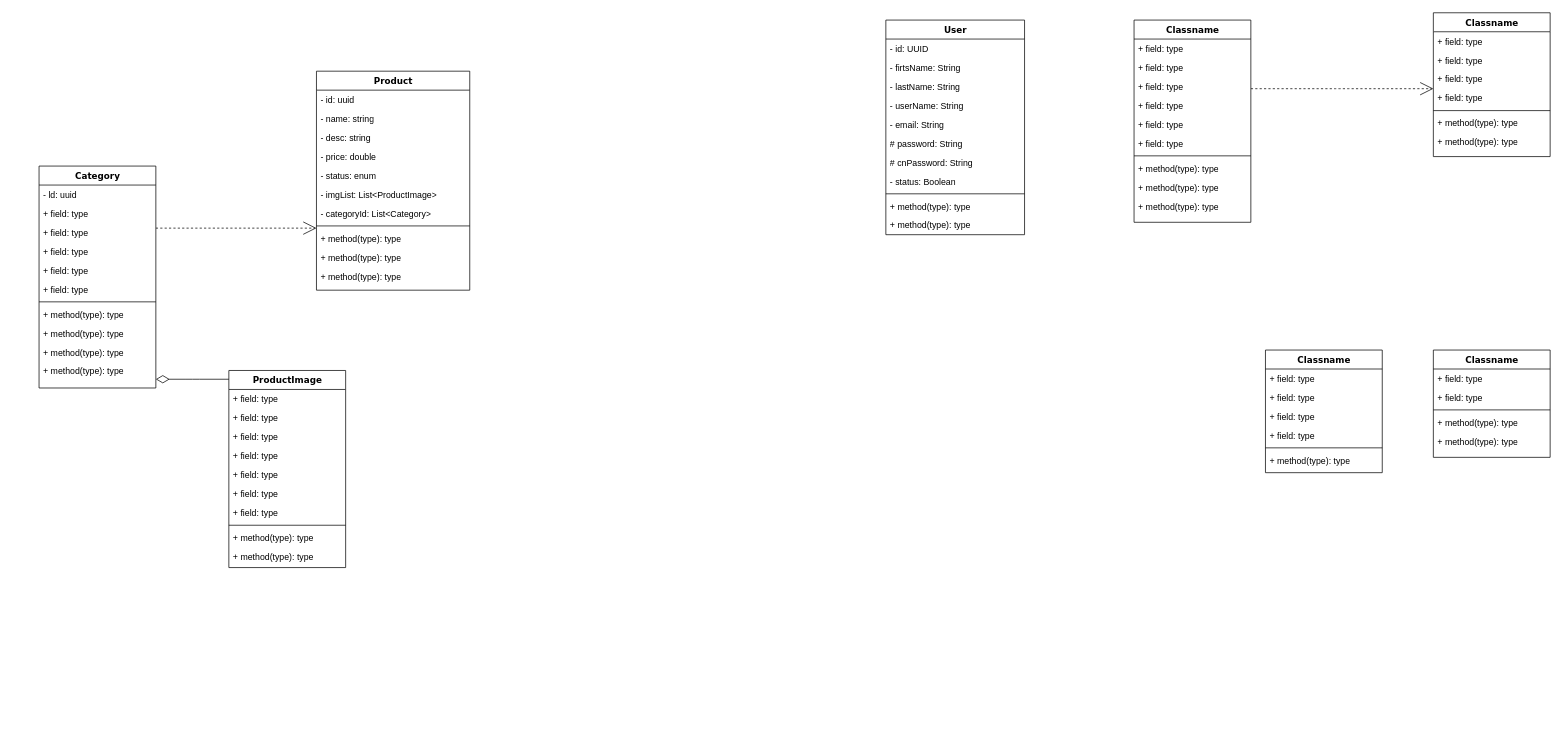
This is ecom.drawio from fardeenhsiddiqui/design-pattern, a draw.io file, before an edit. Source tidied: cells renumbered, new cells numbered last; positions are measured from the earlier drawing's top-left corner, leaving out a move shared by most shapes. Both pictures are drawn from the tidied source at 73%, with x=0, y=0 at pixel (39, 12).
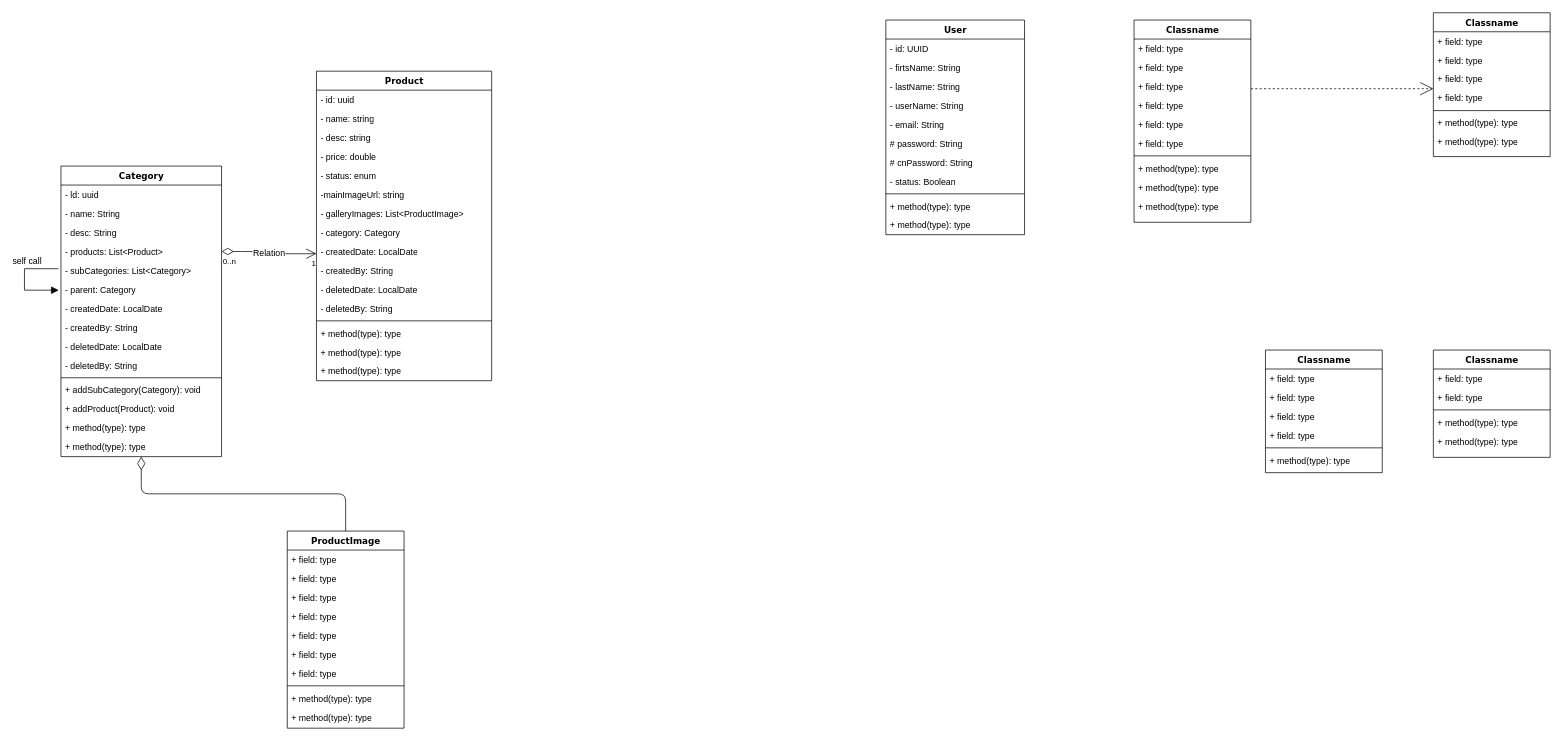
The same diagram, later.

Change to the diagram source:
```diff
@@
-    <mxCell id="34" style="edgeStyle=elbowEdgeStyle;html=1;labelBackgroundColor=none;startFill=0;startSize=8;endArrow=open;endFill=0;endSize=16;fontFamily=Verdana;fontSize=12;elbow=vertical;dashed=1;" parent="1" edge="1" source="48" target="35">
-      <mxGeometry relative="1" as="geometry" />
-    </mxCell>
     <mxCell id="35" value="Product" style="swimlane;html=1;fontStyle=1;align=center;verticalAlign=top;horizontal=1;startSize=26;swimlaneFillColor=#ffffff;rounded=0;shadow=0;comic=0;labelBackgroundColor=none;strokeWidth=1;fillColor=none;fontFamily=Verdana;fontSize=12;" parent="1" vertex="1">
-      <mxGeometry x="380" y="80" width="210" height="300" as="geometry" />
+      <mxGeometry x="380" y="80" width="240" height="424" as="geometry" />
     </mxCell>
     <mxCell id="36" value="- id: uuid" style="text;html=1;strokeColor=none;fillColor=none;align=left;verticalAlign=top;spacingLeft=4;spacingRight=4;whiteSpace=wrap;overflow=hidden;" parent="35" vertex="1">
-      <mxGeometry y="26" width="210" height="26" as="geometry" />
+      <mxGeometry y="26" width="240" height="26" as="geometry" />
     </mxCell>
     <mxCell id="37" value="- name: string" style="text;html=1;strokeColor=none;fillColor=none;align=left;verticalAlign=top;spacingLeft=4;spacingRight=4;whiteSpace=wrap;overflow=hidden;" parent="35" vertex="1">
-      <mxGeometry y="52" width="210" height="26" as="geometry" />
+      <mxGeometry y="52" width="240" height="26" as="geometry" />
     </mxCell>
     <mxCell id="38" value="- desc: string" style="text;html=1;strokeColor=none;fillColor=none;align=left;verticalAlign=top;spacingLeft=4;spacingRight=4;whiteSpace=wrap;overflow=hidden;" parent="35" vertex="1">
-      <mxGeometry y="78" width="210" height="26" as="geometry" />
+      <mxGeometry y="78" width="240" height="26" as="geometry" />
     </mxCell>
     <mxCell id="39" value="- price: double" style="text;html=1;strokeColor=none;fillColor=none;align=left;verticalAlign=top;spacingLeft=4;spacingRight=4;whiteSpace=wrap;overflow=hidden;" parent="35" vertex="1">
-      <mxGeometry y="104" width="210" height="26" as="geometry" />
+      <mxGeometry y="104" width="240" height="26" as="geometry" />
     </mxCell>
     <mxCell id="40" value="- status: enum" style="text;html=1;strokeColor=none;fillColor=none;align=left;verticalAlign=top;spacingLeft=4;spacingRight=4;whiteSpace=wrap;overflow=hidden;" parent="35" vertex="1">
-      <mxGeometry y="130" width="210" height="26" as="geometry" />
+      <mxGeometry y="130" width="240" height="26" as="geometry" />
     </mxCell>
+    <mxCell id="84" value="-mainImageUrl: string" style="text;html=1;strokeColor=none;fillColor=none;align=left;verticalAlign=top;spacingLeft=4;spacingRight=4;whiteSpace=wrap;overflow=hidden;" parent="35" vertex="1">
+      <mxGeometry y="156" width="240" height="26" as="geometry" />
+    </mxCell>
-    <mxCell id="41" value="- imgList: List&amp;lt;ProductImage&amp;gt;" style="text;html=1;strokeColor=none;fillColor=none;align=left;verticalAlign=top;spacingLeft=4;spacingRight=4;whiteSpace=wrap;overflow=hidden;" parent="35" vertex="1">
-      <mxGeometry y="156" width="210" height="26" as="geometry" />
+    <mxCell id="41" value="- galleryImages: List&amp;lt;ProductImage&amp;gt;" style="text;html=1;strokeColor=none;fillColor=none;align=left;verticalAlign=top;spacingLeft=4;spacingRight=4;whiteSpace=wrap;overflow=hidden;" parent="35" vertex="1">
+      <mxGeometry y="182" width="240" height="26" as="geometry" />
     </mxCell>
-    <mxCell id="42" value="- categoryId: List&amp;lt;Category&amp;gt;" style="text;html=1;strokeColor=none;fillColor=none;align=left;verticalAlign=top;spacingLeft=4;spacingRight=4;whiteSpace=wrap;overflow=hidden;" parent="35" vertex="1">
-      <mxGeometry y="182" width="210" height="26" as="geometry" />
+    <mxCell id="42" value="- category: Category" style="text;html=1;strokeColor=none;fillColor=none;align=left;verticalAlign=top;spacingLeft=4;spacingRight=4;whiteSpace=wrap;overflow=hidden;" parent="35" vertex="1">
+      <mxGeometry y="208" width="240" height="26" as="geometry" />
     </mxCell>
+    <mxCell id="85" value="- createdDate: LocalDate" style="text;html=1;strokeColor=none;fillColor=none;align=left;verticalAlign=top;spacingLeft=4;spacingRight=4;whiteSpace=wrap;overflow=hidden;" parent="35" vertex="1">
+      <mxGeometry y="234" width="240" height="26" as="geometry" />
+    </mxCell>
+    <mxCell id="86" value="- createdBy: String" style="text;html=1;strokeColor=none;fillColor=none;align=left;verticalAlign=top;spacingLeft=4;spacingRight=4;whiteSpace=wrap;overflow=hidden;" parent="35" vertex="1">
+      <mxGeometry y="260" width="240" height="26" as="geometry" />
+    </mxCell>
+    <mxCell id="87" value="- deletedDate: LocalDate" style="text;html=1;strokeColor=none;fillColor=none;align=left;verticalAlign=top;spacingLeft=4;spacingRight=4;whiteSpace=wrap;overflow=hidden;" parent="35" vertex="1">
+      <mxGeometry y="286" width="240" height="26" as="geometry" />
+    </mxCell>
+    <mxCell id="88" value="- deletedBy: String" style="text;html=1;strokeColor=none;fillColor=none;align=left;verticalAlign=top;spacingLeft=4;spacingRight=4;whiteSpace=wrap;overflow=hidden;" parent="35" vertex="1">
+      <mxGeometry y="312" width="240" height="26" as="geometry" />
+    </mxCell>
     <mxCell id="43" style="line;html=1;strokeWidth=1;fillColor=none;align=left;verticalAlign=middle;spacingTop=-1;spacingLeft=3;spacingRight=3;labelPosition=right;" parent="35" vertex="1">
-      <mxGeometry y="208" width="210" height="8" as="geometry" />
+      <mxGeometry y="338" width="240" height="8" as="geometry" />
     </mxCell>
     <mxCell id="44" value="+ method(type): type" style="text;html=1;strokeColor=none;fillColor=none;align=left;verticalAlign=top;spacingLeft=4;spacingRight=4;whiteSpace=wrap;overflow=hidden;" parent="35" vertex="1">
-      <mxGeometry y="216" width="210" height="26" as="geometry" />
+      <mxGeometry y="346" width="240" height="26" as="geometry" />
     </mxCell>
     <mxCell id="45" value="+ method(type): type" style="text;html=1;strokeColor=none;fillColor=none;align=left;verticalAlign=top;spacingLeft=4;spacingRight=4;whiteSpace=wrap;overflow=hidden;" parent="35" vertex="1">
-      <mxGeometry y="242" width="210" height="26" as="geometry" />
+      <mxGeometry y="372" width="240" height="26" as="geometry" />
     </mxCell>
     <mxCell id="46" value="+ method(type): type" style="text;html=1;strokeColor=none;fillColor=none;align=left;verticalAlign=top;spacingLeft=4;spacingRight=4;whiteSpace=wrap;overflow=hidden;" parent="35" vertex="1">
-      <mxGeometry y="268" width="210" height="26" as="geometry" />
+      <mxGeometry y="398" width="240" height="26" as="geometry" />
     </mxCell>
@@
     <mxCell id="48" value="Category" style="swimlane;html=1;fontStyle=1;align=center;verticalAlign=top;horizontal=1;startSize=26;swimlaneFillColor=#ffffff;rounded=0;shadow=0;comic=0;labelBackgroundColor=none;strokeWidth=1;fillColor=none;fontFamily=Verdana;fontSize=12;" parent="1" vertex="1">
-      <mxGeometry y="210" width="160" height="304" as="geometry" />
+      <mxGeometry x="30" y="210" width="220" height="398" as="geometry" />
     </mxCell>
     <mxCell id="49" value="- ld: uuid" style="text;html=1;strokeColor=none;fillColor=none;align=left;verticalAlign=top;spacingLeft=4;spacingRight=4;whiteSpace=wrap;overflow=hidden;" parent="48" vertex="1">
-      <mxGeometry y="26" width="160" height="26" as="geometry" />
+      <mxGeometry y="26" width="220" height="26" as="geometry" />
     </mxCell>
-    <mxCell id="50" value="+ field: type" style="text;html=1;strokeColor=none;fillColor=none;align=left;verticalAlign=top;spacingLeft=4;spacingRight=4;whiteSpace=wrap;overflow=hidden;" parent="48" vertex="1">
-      <mxGeometry y="52" width="160" height="26" as="geometry" />
+    <mxCell id="50" value="- name: String" style="text;html=1;strokeColor=none;fillColor=none;align=left;verticalAlign=top;spacingLeft=4;spacingRight=4;whiteSpace=wrap;overflow=hidden;" parent="48" vertex="1">
+      <mxGeometry y="52" width="220" height="26" as="geometry" />
     </mxCell>
-    <mxCell id="51" value="+ field: type" style="text;html=1;strokeColor=none;fillColor=none;align=left;verticalAlign=top;spacingLeft=4;spacingRight=4;whiteSpace=wrap;overflow=hidden;" parent="48" vertex="1">
-      <mxGeometry y="78" width="160" height="26" as="geometry" />
+    <mxCell id="51" value="- desc: String" style="text;html=1;strokeColor=none;fillColor=none;align=left;verticalAlign=top;spacingLeft=4;spacingRight=4;whiteSpace=wrap;overflow=hidden;" parent="48" vertex="1">
+      <mxGeometry y="78" width="220" height="26" as="geometry" />
     </mxCell>
-    <mxCell id="52" value="+ field: type" style="text;html=1;strokeColor=none;fillColor=none;align=left;verticalAlign=top;spacingLeft=4;spacingRight=4;whiteSpace=wrap;overflow=hidden;points=[[0,0.5],[1,0.5]];portConstraint=eastwest;" parent="48" vertex="1">
-      <mxGeometry y="104" width="160" height="26" as="geometry" />
+    <mxCell id="52" value="- products: List&amp;lt;Product&amp;gt;" style="text;html=1;strokeColor=none;fillColor=none;align=left;verticalAlign=top;spacingLeft=4;spacingRight=4;whiteSpace=wrap;overflow=hidden;points=[[0,0.5],[1,0.5]];portConstraint=eastwest;" parent="48" vertex="1">
+      <mxGeometry y="104" width="220" height="26" as="geometry" />
     </mxCell>
-    <mxCell id="53" value="+ field: type" style="text;html=1;strokeColor=none;fillColor=none;align=left;verticalAlign=top;spacingLeft=4;spacingRight=4;whiteSpace=wrap;overflow=hidden;points=[[0,0.5],[1,0.5]];portConstraint=eastwest;" parent="48" vertex="1">
-      <mxGeometry y="130" width="160" height="26" as="geometry" />
+    <mxCell id="53" value="- subCategories: List&amp;lt;Category&amp;gt;" style="text;html=1;strokeColor=none;fillColor=none;align=left;verticalAlign=top;spacingLeft=4;spacingRight=4;whiteSpace=wrap;overflow=hidden;points=[[0,0.5],[1,0.5]];portConstraint=eastwest;" parent="48" vertex="1">
+      <mxGeometry y="130" width="220" height="26" as="geometry" />
     </mxCell>
-    <mxCell id="54" value="+ field: type" style="text;html=1;strokeColor=none;fillColor=none;align=left;verticalAlign=top;spacingLeft=4;spacingRight=4;whiteSpace=wrap;overflow=hidden;" parent="48" vertex="1">
-      <mxGeometry y="156" width="160" height="26" as="geometry" />
+    <mxCell id="54" value="- parent: Category" style="text;html=1;strokeColor=none;fillColor=none;align=left;verticalAlign=top;spacingLeft=4;spacingRight=4;whiteSpace=wrap;overflow=hidden;" parent="48" vertex="1">
+      <mxGeometry y="156" width="220" height="26" as="geometry" />
     </mxCell>
+    <mxCell id="89" value="- createdDate: LocalDate" style="text;html=1;strokeColor=none;fillColor=none;align=left;verticalAlign=top;spacingLeft=4;spacingRight=4;whiteSpace=wrap;overflow=hidden;" parent="48" vertex="1">
+      <mxGeometry y="182" width="220" height="26" as="geometry" />
+    </mxCell>
+    <mxCell id="90" value="- createdBy: String" style="text;html=1;strokeColor=none;fillColor=none;align=left;verticalAlign=top;spacingLeft=4;spacingRight=4;whiteSpace=wrap;overflow=hidden;" parent="48" vertex="1">
+      <mxGeometry y="208" width="220" height="26" as="geometry" />
+    </mxCell>
+    <mxCell id="91" value="- deletedDate: LocalDate" style="text;html=1;strokeColor=none;fillColor=none;align=left;verticalAlign=top;spacingLeft=4;spacingRight=4;whiteSpace=wrap;overflow=hidden;" parent="48" vertex="1">
+      <mxGeometry y="234" width="220" height="26" as="geometry" />
+    </mxCell>
+    <mxCell id="92" value="- deletedBy: String" style="text;html=1;strokeColor=none;fillColor=none;align=left;verticalAlign=top;spacingLeft=4;spacingRight=4;whiteSpace=wrap;overflow=hidden;" parent="48" vertex="1">
+      <mxGeometry y="260" width="220" height="26" as="geometry" />
+    </mxCell>
     <mxCell id="55" style="line;html=1;strokeWidth=1;fillColor=none;align=left;verticalAlign=middle;spacingTop=-1;spacingLeft=3;spacingRight=3;labelPosition=right;" parent="48" vertex="1">
-      <mxGeometry y="182" width="160" height="8" as="geometry" />
+      <mxGeometry y="286" width="220" height="8" as="geometry" />
     </mxCell>
-    <mxCell id="56" value="+ method(type): type" style="text;html=1;strokeColor=none;fillColor=none;align=left;verticalAlign=top;spacingLeft=4;spacingRight=4;whiteSpace=wrap;overflow=hidden;" parent="48" vertex="1">
-      <mxGeometry y="190" width="160" height="26" as="geometry" />
+    <mxCell id="56" value="+ addSubCategory&lt;span style=&quot;background-color: transparent; color: light-dark(rgb(0, 0, 0), rgb(255, 255, 255));&quot;&gt;(Category): void&lt;/span&gt;" style="text;html=1;strokeColor=none;fillColor=none;align=left;verticalAlign=top;spacingLeft=4;spacingRight=4;whiteSpace=wrap;overflow=hidden;" parent="48" vertex="1">
+      <mxGeometry y="294" width="220" height="26" as="geometry" />
     </mxCell>
-    <mxCell id="57" value="+ method(type): type" style="text;html=1;strokeColor=none;fillColor=none;align=left;verticalAlign=top;spacingLeft=4;spacingRight=4;whiteSpace=wrap;overflow=hidden;" parent="48" vertex="1">
-      <mxGeometry y="216" width="160" height="26" as="geometry" />
+    <mxCell id="57" value="+ addProduct(Product): void" style="text;html=1;strokeColor=none;fillColor=none;align=left;verticalAlign=top;spacingLeft=4;spacingRight=4;whiteSpace=wrap;overflow=hidden;" parent="48" vertex="1">
+      <mxGeometry y="320" width="220" height="26" as="geometry" />
     </mxCell>
     <mxCell id="58" value="+ method(type): type" style="text;html=1;strokeColor=none;fillColor=none;align=left;verticalAlign=top;spacingLeft=4;spacingRight=4;whiteSpace=wrap;overflow=hidden;" parent="48" vertex="1">
-      <mxGeometry y="242" width="160" height="26" as="geometry" />
+      <mxGeometry y="346" width="220" height="26" as="geometry" />
     </mxCell>
     <mxCell id="59" value="+ method(type): type" style="text;html=1;strokeColor=none;fillColor=none;align=left;verticalAlign=top;spacingLeft=4;spacingRight=4;whiteSpace=wrap;overflow=hidden;" parent="48" vertex="1">
-      <mxGeometry y="268" width="160" height="26" as="geometry" />
+      <mxGeometry y="372" width="220" height="26" as="geometry" />
     </mxCell>
     <mxCell id="60" value="ProductImage" style="swimlane;html=1;fontStyle=1;align=center;verticalAlign=top;horizontal=1;startSize=26;swimlaneFillColor=#ffffff;rounded=0;shadow=0;comic=0;labelBackgroundColor=none;strokeWidth=1;fillColor=none;fontFamily=Verdana;fontSize=12;" parent="1" vertex="1">
-      <mxGeometry x="260" y="490" width="160" height="270" as="geometry" />
+      <mxGeometry x="340" y="710" width="160" height="270" as="geometry" />
     </mxCell>
@@
+    <mxCell id="93" value="Relation" style="endArrow=open;html=1;endSize=12;startArrow=diamondThin;startSize=14;startFill=0;edgeStyle=orthogonalEdgeStyle;rounded=0;fontSize=12;curved=1;exitX=1;exitY=0.5;exitDx=0;exitDy=0;" parent="1" edge="1" source="52">
+      <mxGeometry relative="1" as="geometry">
+        <mxPoint x="380" y="330" as="targetPoint" />
+      </mxGeometry>
+    </mxCell>
+    <mxCell id="94" value="0..n" style="edgeLabel;html=1;align=left;verticalAlign=top;" parent="93" vertex="1">
+      <mxGeometry x="-1" relative="1" as="geometry" />
+    </mxCell>
+    <mxCell id="95" value="1" style="edgeLabel;html=1;align=right;verticalAlign=top;" parent="93" vertex="1">
+      <mxGeometry x="1" relative="1" as="geometry" />
+    </mxCell>
+    <mxCell id="96" value="self call" style="html=1;align=left;spacingLeft=2;endArrow=block;rounded=0;edgeStyle=orthogonalEdgeStyle;curved=0;rounded=0;fontSize=12;startSize=8;endSize=8;exitX=-0.015;exitY=0.407;exitDx=0;exitDy=0;exitPerimeter=0;" parent="1" edge="1" source="53">
+      <mxGeometry x="-0.24" y="-23" relative="1" as="geometry">
+        <mxPoint x="27" y="380" as="targetPoint" />
+        <Array as="points">
+          <mxPoint x="-20" y="351" />
+          <mxPoint x="-20" y="380" />
+        </Array>
+        <mxPoint x="3" y="-11" as="offset" />
+      </mxGeometry>
+    </mxCell>
```
